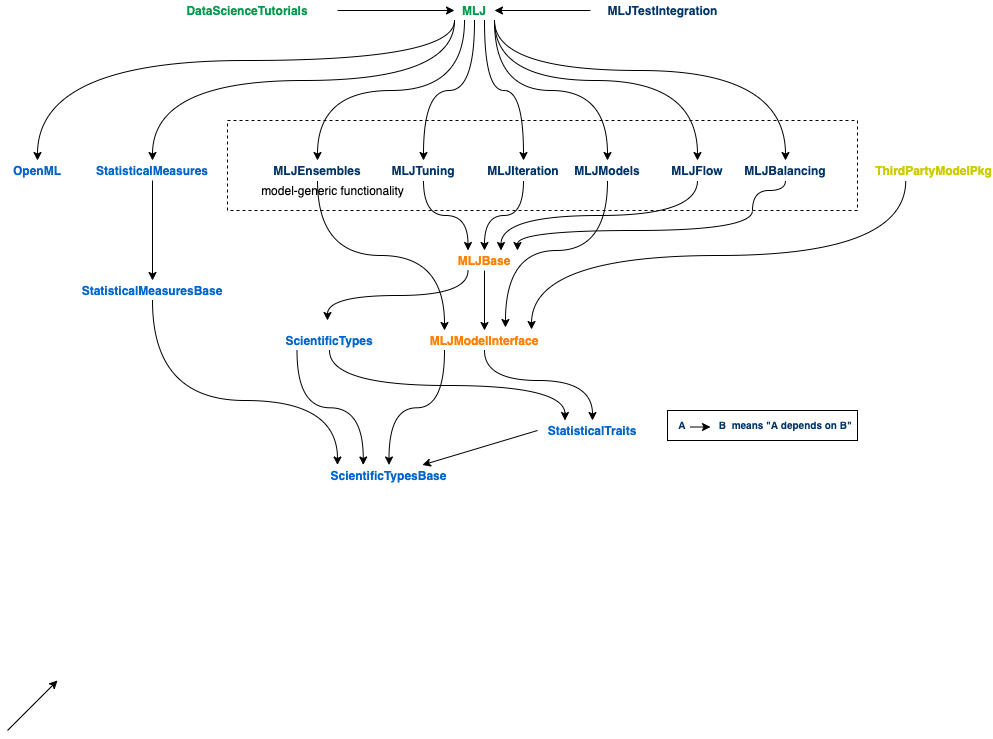
Above: material/MLJ_stack.png in JuliaAI/MLJ.jl (draw.io), before the change. Source tidied: cells renumbered, new cells last; positions are measured from the earlier drawing's top-left corner, leaving out a move shared by most shapes. The source it was exported from:
```xml
<mxGraphModel>
  <root>
    <mxCell id="0" />
    <mxCell id="1" parent="0" />
    <mxCell id="2" style="rounded=0;whiteSpace=wrap;html=1;fillColor=none;dashed=1;strokeColor=#000000;" parent="1" vertex="1">
      <mxGeometry x="220" y="120" width="630" height="90" as="geometry" />
    </mxCell>
    <mxCell id="3" value="&lt;b&gt;&lt;font color=&quot;#ff8000&quot;&gt;MLJModelInterface&lt;/font&gt;&lt;/b&gt;" style="text;html=1;strokeColor=none;fillColor=none;align=center;verticalAlign=middle;whiteSpace=wrap;rounded=0;comic=1;" parent="1" vertex="1">
      <mxGeometry x="397" y="330" width="160" height="20" as="geometry" />
    </mxCell>
    <mxCell id="4" value="&lt;b&gt;&lt;font color=&quot;#0066cc&quot;&gt;ScientificTypesBase&lt;/font&gt;&lt;/b&gt;" style="text;html=1;strokeColor=none;fillColor=none;align=center;verticalAlign=middle;whiteSpace=wrap;rounded=0;comic=1;" parent="1" vertex="1">
      <mxGeometry x="330" y="464.5" width="103" height="20" as="geometry" />
    </mxCell>
    <mxCell id="5" style="edgeStyle=orthogonalEdgeStyle;rounded=0;jettySize=auto;html=1;exitX=0.25;exitY=1;exitDx=0;exitDy=0;entryX=0.25;entryY=0;entryDx=0;entryDy=0;curved=1;" parent="1" edge="1" source="6" target="4">
      <mxGeometry relative="1" as="geometry" />
    </mxCell>
    <mxCell id="6" value="&lt;b&gt;&lt;font color=&quot;#0066cc&quot;&gt;ScientificTypes&lt;/font&gt;&lt;/b&gt;" style="text;html=1;strokeColor=none;fillColor=none;align=center;verticalAlign=middle;whiteSpace=wrap;rounded=0;comic=1;" parent="1" vertex="1">
      <mxGeometry x="257" y="330" width="130" height="20" as="geometry" />
    </mxCell>
    <mxCell id="7" style="edgeStyle=orthogonalEdgeStyle;curved=1;rounded=0;jettySize=auto;html=1;exitX=0.5;exitY=1;exitDx=0;exitDy=0;entryX=0.5;entryY=0;entryDx=0;entryDy=0;" parent="1" edge="1" source="9" target="3">
      <mxGeometry relative="1" as="geometry" />
    </mxCell>
    <mxCell id="8" style="edgeStyle=orthogonalEdgeStyle;curved=1;rounded=0;jettySize=auto;html=1;exitX=0.25;exitY=1;exitDx=0;exitDy=0;" parent="1" edge="1" source="9">
      <mxGeometry relative="1" as="geometry">
        <mxPoint x="320" y="320" as="targetPoint" />
      </mxGeometry>
    </mxCell>
    <mxCell id="9" value="&lt;b&gt;&lt;font color=&quot;#ff8000&quot;&gt;MLJBase&lt;/font&gt;&lt;/b&gt;" style="text;html=1;strokeColor=none;fillColor=none;align=center;verticalAlign=middle;whiteSpace=wrap;rounded=0;comic=1;" parent="1" vertex="1">
      <mxGeometry x="444" y="250" width="66" height="20" as="geometry" />
    </mxCell>
    <mxCell id="10" style="edgeStyle=orthogonalEdgeStyle;curved=1;rounded=0;jettySize=auto;html=1;exitX=0.5;exitY=1;exitDx=0;exitDy=0;entryX=0.25;entryY=0;entryDx=0;entryDy=0;" parent="1" edge="1" source="11" target="9">
      <mxGeometry relative="1" as="geometry" />
    </mxCell>
    <mxCell id="11" value="&lt;b&gt;&lt;font color=&quot;#003366&quot;&gt;MLJTuning&lt;/font&gt;&lt;/b&gt;" style="text;html=1;strokeColor=none;fillColor=none;align=center;verticalAlign=middle;whiteSpace=wrap;rounded=0;comic=1;" parent="1" vertex="1">
      <mxGeometry x="376" y="160" width="80" height="20" as="geometry" />
    </mxCell>
    <mxCell id="12" style="edgeStyle=orthogonalEdgeStyle;curved=1;rounded=0;jettySize=auto;html=1;exitX=0.5;exitY=1;exitDx=0;exitDy=0;entryX=0.5;entryY=0;entryDx=0;entryDy=0;" parent="1" edge="1" source="13" target="9">
      <mxGeometry relative="1" as="geometry" />
    </mxCell>
    <mxCell id="13" value="&lt;b&gt;&lt;font color=&quot;#003366&quot;&gt;MLJIteration&lt;br&gt;&lt;/font&gt;&lt;/b&gt;" style="text;html=1;strokeColor=none;fillColor=none;align=center;verticalAlign=middle;whiteSpace=wrap;rounded=0;comic=1;" parent="1" vertex="1">
      <mxGeometry x="466" y="160" width="100" height="20" as="geometry" />
    </mxCell>
    <mxCell id="14" style="edgeStyle=orthogonalEdgeStyle;curved=1;rounded=0;jettySize=auto;html=1;exitX=0.25;exitY=1;exitDx=0;exitDy=0;entryX=0.794;entryY=-0.05;entryDx=0;entryDy=0;entryPerimeter=0;" parent="1" edge="1" source="15" target="3">
      <mxGeometry relative="1" as="geometry" />
    </mxCell>
    <mxCell id="15" value="&lt;b&gt;&lt;font color=&quot;#cccc00&quot;&gt;ThirdPartyModelPkg&lt;/font&gt;&lt;/b&gt;" style="text;html=1;strokeColor=none;fillColor=none;align=center;verticalAlign=middle;whiteSpace=wrap;rounded=0;comic=1;" parent="1" vertex="1">
      <mxGeometry x="870" y="160" width="113" height="20" as="geometry" />
    </mxCell>
    <mxCell id="16" style="edgeStyle=orthogonalEdgeStyle;curved=1;rounded=0;jettySize=auto;html=1;exitX=0.5;exitY=1;exitDx=0;exitDy=0;entryX=0.5;entryY=0;entryDx=0;entryDy=0;" parent="1" edge="1" source="24" target="11">
      <mxGeometry relative="1" as="geometry" />
    </mxCell>
    <mxCell id="17" style="edgeStyle=orthogonalEdgeStyle;curved=1;rounded=0;jettySize=auto;html=1;exitX=0.75;exitY=1;exitDx=0;exitDy=0;entryX=0.5;entryY=0;entryDx=0;entryDy=0;" parent="1" edge="1" source="24" target="13">
      <mxGeometry relative="1" as="geometry" />
    </mxCell>
    <mxCell id="18" style="edgeStyle=orthogonalEdgeStyle;rounded=0;jettySize=auto;html=1;exitX=1;exitY=1;exitDx=0;exitDy=0;entryX=0.5;entryY=0;entryDx=0;entryDy=0;curved=1;" parent="1" edge="1" source="24" target="45">
      <mxGeometry relative="1" as="geometry" />
    </mxCell>
    <mxCell id="19" style="edgeStyle=orthogonalEdgeStyle;curved=1;rounded=0;jettySize=auto;html=1;exitX=0.25;exitY=1;exitDx=0;exitDy=0;" parent="1" edge="1" source="24" target="29">
      <mxGeometry relative="1" as="geometry" />
    </mxCell>
    <mxCell id="20" style="edgeStyle=orthogonalEdgeStyle;rounded=0;jettySize=auto;html=1;exitX=0;exitY=1;exitDx=0;exitDy=0;entryX=0.5;entryY=0;entryDx=0;entryDy=0;curved=1;" parent="1" edge="1" source="24" target="48">
      <mxGeometry relative="1" as="geometry">
        <Array as="points">
          <mxPoint x="447" y="60" />
          <mxPoint x="30" y="60" />
        </Array>
      </mxGeometry>
    </mxCell>
    <mxCell id="21" style="edgeStyle=orthogonalEdgeStyle;curved=1;rounded=0;jettySize=auto;html=1;exitX=0;exitY=1;exitDx=0;exitDy=0;entryX=0.5;entryY=0;entryDx=0;entryDy=0;" parent="1" edge="1" source="24" target="27">
      <mxGeometry relative="1" as="geometry">
        <Array as="points">
          <mxPoint x="447" y="80" />
          <mxPoint x="145" y="80" />
        </Array>
      </mxGeometry>
    </mxCell>
    <mxCell id="22" style="edgeStyle=orthogonalEdgeStyle;curved=1;rounded=0;jettySize=auto;html=1;exitX=1;exitY=1;exitDx=0;exitDy=0;" parent="1" edge="1" source="24" target="50">
      <mxGeometry relative="1" as="geometry">
        <Array as="points">
          <mxPoint x="487" y="80" />
          <mxPoint x="690" y="80" />
        </Array>
      </mxGeometry>
    </mxCell>
    <mxCell id="23" style="edgeStyle=orthogonalEdgeStyle;curved=1;rounded=0;jettySize=auto;html=1;exitX=1;exitY=1;exitDx=0;exitDy=0;entryX=0.5;entryY=0;entryDx=0;entryDy=0;" parent="1" edge="1" source="24" target="52">
      <mxGeometry relative="1" as="geometry">
        <Array as="points">
          <mxPoint x="487" y="70" />
          <mxPoint x="778" y="70" />
        </Array>
      </mxGeometry>
    </mxCell>
    <mxCell id="24" value="&lt;b&gt;&lt;font color=&quot;#00994d&quot;&gt;MLJ&lt;/font&gt;&lt;/b&gt;" style="text;html=1;strokeColor=none;fillColor=none;align=center;verticalAlign=middle;whiteSpace=wrap;rounded=0;comic=1;" parent="1" vertex="1">
      <mxGeometry x="447" width="40" height="20" as="geometry" />
    </mxCell>
    <mxCell id="25" style="edgeStyle=orthogonalEdgeStyle;curved=1;rounded=0;jettySize=auto;html=1;entryX=0;entryY=0;entryDx=0;entryDy=0;" parent="1" edge="1" target="4">
      <mxGeometry relative="1" as="geometry">
        <mxPoint x="145" y="300" as="sourcePoint" />
        <Array as="points">
          <mxPoint x="145" y="400" />
          <mxPoint x="330" y="400" />
        </Array>
      </mxGeometry>
    </mxCell>
    <mxCell id="26" style="edgeStyle=orthogonalEdgeStyle;rounded=0;jettySize=auto;html=1;exitX=0.5;exitY=1;exitDx=0;exitDy=0;entryX=0.5;entryY=0;entryDx=0;entryDy=0;" parent="1" edge="1" source="27" target="53">
      <mxGeometry relative="1" as="geometry" />
    </mxCell>
    <mxCell id="27" value="&lt;b&gt;&lt;font color=&quot;#0066cc&quot;&gt;StatisticalMeasures&lt;/font&gt;&lt;/b&gt;" style="text;html=1;strokeColor=none;fillColor=none;align=center;verticalAlign=middle;whiteSpace=wrap;rounded=0;comic=1;" parent="1" vertex="1">
      <mxGeometry x="80" y="160" width="130" height="20" as="geometry" />
    </mxCell>
    <mxCell id="28" style="edgeStyle=orthogonalEdgeStyle;curved=1;rounded=0;jettySize=auto;html=1;exitX=0.5;exitY=1;exitDx=0;exitDy=0;entryX=0.25;entryY=0;entryDx=0;entryDy=0;" parent="1" edge="1" source="29" target="3">
      <mxGeometry relative="1" as="geometry" />
    </mxCell>
    <mxCell id="29" value="&lt;b&gt;&lt;font color=&quot;#003366&quot;&gt;MLJEnsembles&lt;/font&gt;&lt;/b&gt;" style="text;html=1;strokeColor=none;fillColor=none;align=center;verticalAlign=middle;whiteSpace=wrap;rounded=0;comic=1;" parent="1" vertex="1">
      <mxGeometry x="270" y="160" width="80" height="20" as="geometry" />
    </mxCell>
    <mxCell id="30" style="edgeStyle=orthogonalEdgeStyle;rounded=0;jettySize=auto;html=1;entryX=0;entryY=0.5;entryDx=0;entryDy=0;" parent="1" edge="1" source="31" target="24">
      <mxGeometry relative="1" as="geometry" />
    </mxCell>
    <mxCell id="31" value="&lt;b&gt;&lt;font color=&quot;#00994d&quot;&gt;DataScienceTutorials&lt;br&gt;&lt;/font&gt;&lt;/b&gt;" style="text;html=1;strokeColor=none;fillColor=none;align=center;verticalAlign=middle;whiteSpace=wrap;rounded=0;comic=1;" parent="1" vertex="1">
      <mxGeometry x="150" width="180" height="20" as="geometry" />
    </mxCell>
    <mxCell id="32" value="model-generic functionality" style="text;html=1;align=center;verticalAlign=middle;" parent="1" vertex="1">
      <mxGeometry x="245" y="180" width="160" height="20" as="geometry" />
    </mxCell>
    <mxCell id="33" style="group;" parent="1" vertex="1">
      <mxGeometry x="660" y="410" width="190" height="30" as="geometry" />
    </mxCell>
    <mxCell id="34" style="group;" parent="33" vertex="1">
      <mxGeometry width="190" height="30" as="geometry" />
    </mxCell>
    <mxCell id="35" style="rounded=0;whiteSpace=wrap;html=1;strokeColor=#000000;fontSize=10;" parent="34" vertex="1">
      <mxGeometry width="190" height="30" as="geometry" />
    </mxCell>
    <mxCell id="36" style="group;" parent="34" vertex="1">
      <mxGeometry x="8" y="9" width="180" height="10" as="geometry" />
    </mxCell>
    <mxCell id="37" value="&lt;font color=&quot;#003366&quot;&gt;&lt;span&gt;&lt;b&gt;A &amp;nbsp; &amp;nbsp; &amp;nbsp; &amp;nbsp; &amp;nbsp; &amp;nbsp;B &amp;nbsp;means &quot;A depends on B&quot;&lt;/b&gt;&lt;/span&gt;&lt;/font&gt;" style="text;html=1;strokeColor=none;fillColor=none;align=center;verticalAlign=middle;whiteSpace=wrap;rounded=0;fontSize=10;" parent="36" vertex="1">
      <mxGeometry width="180" height="10" as="geometry" />
    </mxCell>
    <mxCell id="38" style="endArrow=classic;html=1;fontSize=10;" parent="36" edge="1">
      <mxGeometry relative="1" as="geometry">
        <mxPoint x="15" y="7.5" as="sourcePoint" />
        <mxPoint x="35" y="7.5" as="targetPoint" />
      </mxGeometry>
    </mxCell>
    <mxCell id="39" style="rounded=0;jettySize=auto;html=1;exitX=0;exitY=0.5;exitDx=0;exitDy=0;" parent="1" edge="1" source="40" target="4">
      <mxGeometry relative="1" as="geometry" />
    </mxCell>
    <mxCell id="40" value="&lt;font color=&quot;#0066cc&quot;&gt;&lt;b&gt;StatisticalTraits&lt;/b&gt;&lt;/font&gt;" style="text;html=1;strokeColor=none;fillColor=none;align=center;verticalAlign=middle;whiteSpace=wrap;rounded=0;comic=1;" parent="1" vertex="1">
      <mxGeometry x="530" y="420" width="110" height="20" as="geometry" />
    </mxCell>
    <mxCell id="41" style="endArrow=classic;html=1;exitX=0.5;exitY=1;exitDx=0;exitDy=0;entryX=0.25;entryY=0;entryDx=0;entryDy=0;edgeStyle=orthogonalEdgeStyle;curved=1;" parent="1" edge="1" source="6" target="40">
      <mxGeometry relative="1" as="geometry" />
    </mxCell>
    <mxCell id="42" style="endArrow=classic;html=1;exitX=0.25;exitY=1;exitDx=0;exitDy=0;entryX=0.5;entryY=0;entryDx=0;entryDy=0;edgeStyle=orthogonalEdgeStyle;curved=1;" parent="1" edge="1" source="3" target="4">
      <mxGeometry relative="1" as="geometry" />
    </mxCell>
    <mxCell id="43" style="endArrow=classic;html=1;exitX=0.5;exitY=1;exitDx=0;exitDy=0;entryX=0.5;entryY=0;entryDx=0;entryDy=0;edgeStyle=orthogonalEdgeStyle;curved=1;" parent="1" edge="1" source="3" target="40">
      <mxGeometry relative="1" as="geometry">
        <Array as="points">
          <mxPoint x="477" y="380" />
          <mxPoint x="585" y="380" />
        </Array>
      </mxGeometry>
    </mxCell>
    <mxCell id="44" style="edgeStyle=orthogonalEdgeStyle;rounded=0;jettySize=auto;html=1;exitX=0.5;exitY=1;exitDx=0;exitDy=0;entryX=0.631;entryY=-0.15;entryDx=0;entryDy=0;curved=1;entryPerimeter=0;" parent="1" edge="1" source="45" target="3">
      <mxGeometry relative="1" as="geometry">
        <Array as="points">
          <mxPoint x="600" y="250" />
          <mxPoint x="498" y="250" />
        </Array>
      </mxGeometry>
    </mxCell>
    <mxCell id="45" value="&lt;b&gt;&lt;font color=&quot;#003366&quot;&gt;MLJModels&lt;/font&gt;&lt;/b&gt;" style="text;html=1;strokeColor=none;fillColor=none;align=center;verticalAlign=middle;whiteSpace=wrap;rounded=0;comic=1;" parent="1" vertex="1">
      <mxGeometry x="550" y="160" width="100" height="20" as="geometry" />
    </mxCell>
    <mxCell id="46" style="edgeStyle=orthogonalEdgeStyle;rounded=0;jettySize=auto;html=1;entryX=1;entryY=0.5;entryDx=0;entryDy=0;" parent="1" edge="1" source="47" target="24">
      <mxGeometry relative="1" as="geometry" />
    </mxCell>
    <mxCell id="47" value="&lt;b&gt;&lt;font color=&quot;#003366&quot;&gt;MLJTestIntegration&lt;/font&gt;&lt;/b&gt;" style="text;html=1;strokeColor=none;fillColor=none;align=center;verticalAlign=middle;whiteSpace=wrap;rounded=0;comic=1;" parent="1" vertex="1">
      <mxGeometry x="583" width="145" height="20" as="geometry" />
    </mxCell>
    <mxCell id="48" value="&lt;font color=&quot;#0066cc&quot;&gt;&lt;b&gt;OpenML&lt;/b&gt;&lt;/font&gt;" style="text;html=1;strokeColor=none;fillColor=none;align=center;verticalAlign=middle;whiteSpace=wrap;rounded=0;comic=1;" parent="1" vertex="1">
      <mxGeometry y="160" width="60" height="20" as="geometry" />
    </mxCell>
    <mxCell id="49" style="edgeStyle=orthogonalEdgeStyle;curved=1;rounded=0;jettySize=auto;html=1;exitX=0.5;exitY=1;exitDx=0;exitDy=0;entryX=0.75;entryY=0;entryDx=0;entryDy=0;" parent="1" edge="1" source="50" target="9">
      <mxGeometry relative="1" as="geometry" />
    </mxCell>
    <mxCell id="50" value="&lt;b&gt;&lt;font color=&quot;#003366&quot;&gt;MLJFlow&lt;/font&gt;&lt;/b&gt;" style="text;html=1;strokeColor=none;fillColor=none;align=center;verticalAlign=middle;whiteSpace=wrap;rounded=0;comic=1;" parent="1" vertex="1">
      <mxGeometry x="640" y="160" width="100" height="20" as="geometry" />
    </mxCell>
    <mxCell id="51" style="edgeStyle=orthogonalEdgeStyle;curved=1;rounded=0;jettySize=auto;html=1;entryX=1;entryY=0;entryDx=0;entryDy=0;exitX=0.5;exitY=1;exitDx=0;exitDy=0;" parent="1" edge="1" source="52" target="9">
      <mxGeometry relative="1" as="geometry">
        <Array as="points">
          <mxPoint x="778" y="190" />
          <mxPoint x="745" y="190" />
          <mxPoint x="745" y="230" />
          <mxPoint x="510" y="230" />
        </Array>
      </mxGeometry>
    </mxCell>
    <mxCell id="52" value="&lt;b&gt;&lt;font color=&quot;#003366&quot;&gt;MLJBalancing&lt;/font&gt;&lt;/b&gt;" style="text;html=1;strokeColor=none;fillColor=none;align=center;verticalAlign=middle;whiteSpace=wrap;rounded=0;comic=1;" parent="1" vertex="1">
      <mxGeometry x="728" y="160" width="100" height="20" as="geometry" />
    </mxCell>
    <mxCell id="53" value="&lt;b&gt;&lt;font color=&quot;#0066cc&quot;&gt;StatisticalMeasuresBase&lt;br&gt;&lt;/font&gt;&lt;/b&gt;" style="text;html=1;strokeColor=none;fillColor=none;align=center;verticalAlign=middle;whiteSpace=wrap;rounded=0;comic=1;" parent="1" vertex="1">
      <mxGeometry x="80" y="280" width="130" height="20" as="geometry" />
    </mxCell>
    <mxCell id="54" style="endArrow=classic;html=1;" parent="1" edge="1">
      <mxGeometry relative="1" as="geometry">
        <mxPoint y="730" as="sourcePoint" />
        <mxPoint x="50" y="680" as="targetPoint" />
      </mxGeometry>
    </mxCell>
  </root>
</mxGraphModel>
```
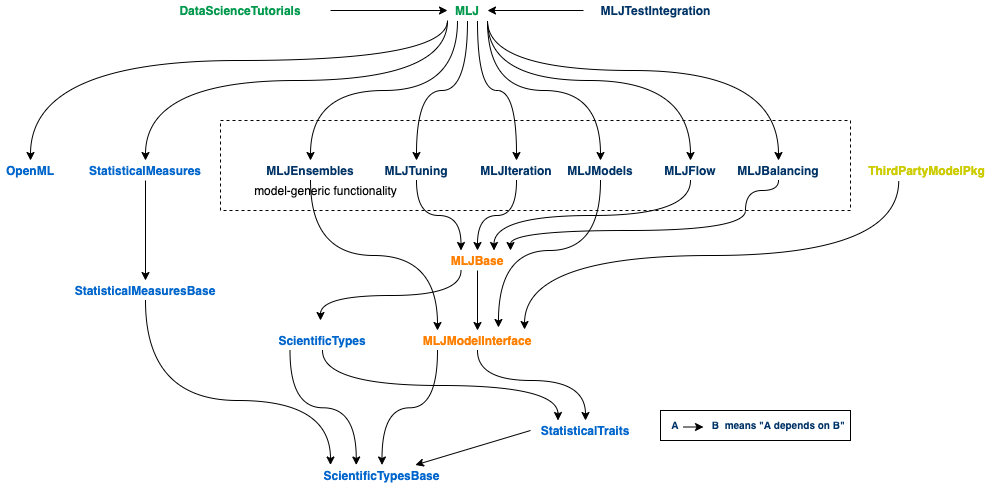
After the change.

Commit message:
update the pkg dependency graphic again

What changed in the source:
```diff
@@ -206,11 +206,5 @@
     <mxCell id="53" value="&lt;b&gt;&lt;font color=&quot;#0066cc&quot;&gt;StatisticalMeasuresBase&lt;br&gt;&lt;/font&gt;&lt;/b&gt;" style="text;html=1;strokeColor=none;fillColor=none;align=center;verticalAlign=middle;whiteSpace=wrap;rounded=0;comic=1;" parent="1" vertex="1">
       <mxGeometry x="80" y="280" width="130" height="20" as="geometry" />
     </mxCell>
-    <mxCell id="54" style="endArrow=classic;html=1;" parent="1" edge="1">
-      <mxGeometry relative="1" as="geometry">
-        <mxPoint y="730" as="sourcePoint" />
-        <mxPoint x="50" y="680" as="targetPoint" />
-      </mxGeometry>
-    </mxCell>
   </root>
 </mxGraphModel>
```
